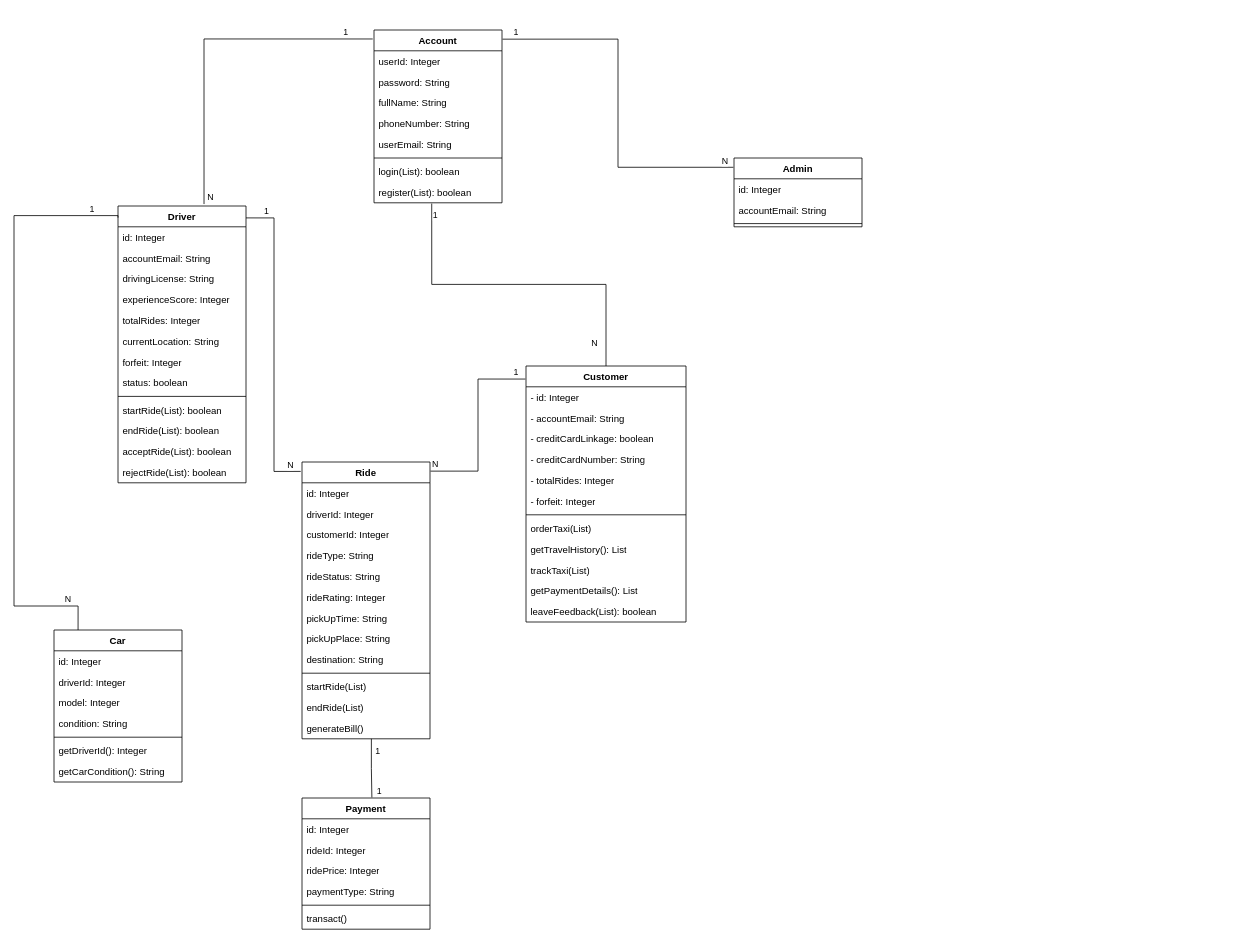
This is ClassDia.drawio from hard-gainer/UML, a draw.io file, before an edit. Source tidied: cells renumbered, new cells numbered last; positions are measured from the earlier drawing's top-left corner, leaving out a move shared by most shapes. Both pictures are drawn from the tidied source at 80%, with x=0, y=0 at pixel (14, 30).
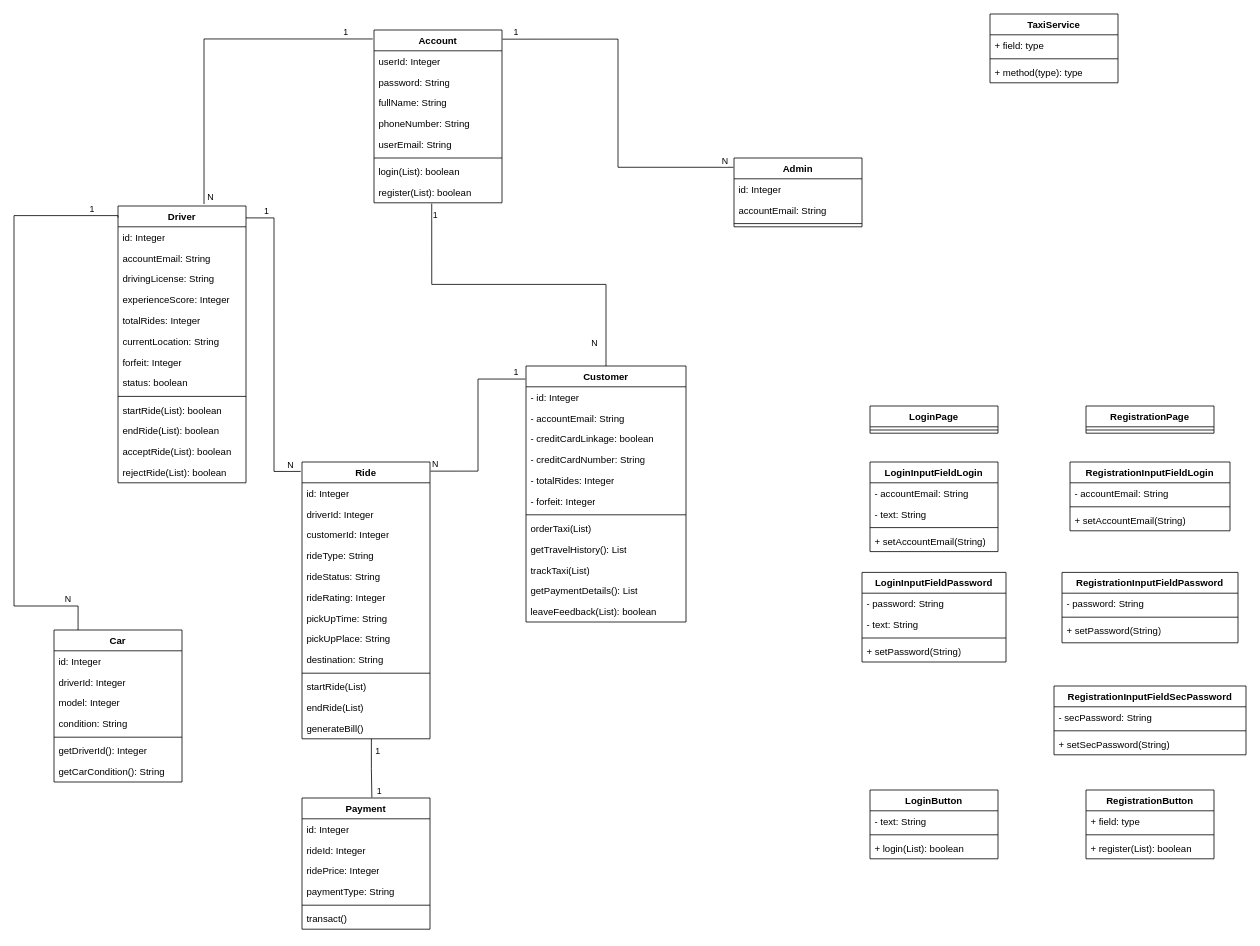
Above is the later version.

The edit, as a diff of the source:
```diff
@@
+    <mxCell id="92" value="TaxiService" style="swimlane;fontStyle=1;align=center;verticalAlign=top;horizontal=1;startSize=26;whiteSpace=wrap;html=1;" parent="1" vertex="1">
+      <mxGeometry x="1220" y="-20" width="160" height="86" as="geometry" />
+    </mxCell>
+    <mxCell id="93" value="+ field: type" style="text;strokeColor=none;fillColor=none;align=left;verticalAlign=top;spacingLeft=4;spacingRight=4;overflow=hidden;whiteSpace=wrap;html=1;" parent="92" vertex="1">
+      <mxGeometry y="26" width="160" height="26" as="geometry" />
+    </mxCell>
+    <mxCell id="94" style="line;strokeWidth=1;fillColor=none;align=left;verticalAlign=middle;spacingTop=-1;spacingLeft=3;spacingRight=3;labelPosition=right;strokeColor=inherit;" parent="92" vertex="1">
+      <mxGeometry y="52" width="160" height="8" as="geometry" />
+    </mxCell>
+    <mxCell id="95" value="+ method(type): type" style="text;strokeColor=none;fillColor=none;align=left;verticalAlign=top;spacingLeft=4;spacingRight=4;overflow=hidden;whiteSpace=wrap;html=1;" parent="92" vertex="1">
+      <mxGeometry y="60" width="160" height="26" as="geometry" />
+    </mxCell>
+    <mxCell id="96" value="RegistrationPage" style="swimlane;fontStyle=1;align=center;verticalAlign=top;horizontal=1;startSize=26;whiteSpace=wrap;html=1;" parent="1" vertex="1">
+      <mxGeometry x="1340" y="470" width="160" height="34" as="geometry" />
+    </mxCell>
+    <mxCell id="97" style="line;strokeWidth=1;fillColor=none;align=left;verticalAlign=middle;spacingTop=-1;spacingLeft=3;spacingRight=3;labelPosition=right;strokeColor=inherit;" parent="96" vertex="1">
+      <mxGeometry y="26" width="160" height="8" as="geometry" />
+    </mxCell>
+    <mxCell id="98" value="LoginPage" style="swimlane;fontStyle=1;align=center;verticalAlign=top;horizontal=1;startSize=26;whiteSpace=wrap;html=1;" parent="1" vertex="1">
+      <mxGeometry x="1070" y="470" width="160" height="34" as="geometry" />
+    </mxCell>
+    <mxCell id="99" style="line;strokeWidth=1;fillColor=none;align=left;verticalAlign=middle;spacingTop=-1;spacingLeft=3;spacingRight=3;labelPosition=right;strokeColor=inherit;" parent="98" vertex="1">
+      <mxGeometry y="26" width="160" height="8" as="geometry" />
+    </mxCell>
+    <mxCell id="100" value="RegistrationButton" style="swimlane;fontStyle=1;align=center;verticalAlign=top;horizontal=1;startSize=26;whiteSpace=wrap;html=1;" parent="1" vertex="1">
+      <mxGeometry x="1340" y="950" width="160" height="86" as="geometry" />
+    </mxCell>
+    <mxCell id="101" value="+ field: type" style="text;strokeColor=none;fillColor=none;align=left;verticalAlign=top;spacingLeft=4;spacingRight=4;overflow=hidden;whiteSpace=wrap;html=1;" parent="100" vertex="1">
+      <mxGeometry y="26" width="160" height="26" as="geometry" />
+    </mxCell>
+    <mxCell id="102" style="line;strokeWidth=1;fillColor=none;align=left;verticalAlign=middle;spacingTop=-1;spacingLeft=3;spacingRight=3;labelPosition=right;strokeColor=inherit;" parent="100" vertex="1">
+      <mxGeometry y="52" width="160" height="8" as="geometry" />
+    </mxCell>
+    <mxCell id="103" value="+ register(List): boolean" style="text;strokeColor=none;fillColor=none;align=left;verticalAlign=top;spacingLeft=4;spacingRight=4;overflow=hidden;whiteSpace=wrap;html=1;" parent="100" vertex="1">
+      <mxGeometry y="60" width="160" height="26" as="geometry" />
+    </mxCell>
+    <mxCell id="104" value="LoginButton" style="swimlane;fontStyle=1;align=center;verticalAlign=top;horizontal=1;startSize=26;whiteSpace=wrap;html=1;" parent="1" vertex="1">
+      <mxGeometry x="1070" y="950" width="160" height="86" as="geometry" />
+    </mxCell>
+    <mxCell id="105" value="- text: String" style="text;strokeColor=none;fillColor=none;align=left;verticalAlign=top;spacingLeft=4;spacingRight=4;overflow=hidden;whiteSpace=wrap;html=1;" parent="104" vertex="1">
+      <mxGeometry y="26" width="160" height="26" as="geometry" />
+    </mxCell>
+    <mxCell id="106" style="line;strokeWidth=1;fillColor=none;align=left;verticalAlign=middle;spacingTop=-1;spacingLeft=3;spacingRight=3;labelPosition=right;strokeColor=inherit;" parent="104" vertex="1">
+      <mxGeometry y="52" width="160" height="8" as="geometry" />
+    </mxCell>
+    <mxCell id="107" value="+ login(List): boolean" style="text;strokeColor=none;fillColor=none;align=left;verticalAlign=top;spacingLeft=4;spacingRight=4;overflow=hidden;whiteSpace=wrap;html=1;" parent="104" vertex="1">
+      <mxGeometry y="60" width="160" height="26" as="geometry" />
+    </mxCell>
+    <mxCell id="108" value="LoginInputFieldLogin" style="swimlane;fontStyle=1;align=center;verticalAlign=top;horizontal=1;startSize=26;whiteSpace=wrap;html=1;" parent="1" vertex="1">
+      <mxGeometry x="1070" y="540" width="160" height="112" as="geometry" />
+    </mxCell>
+    <mxCell id="109" value="- accountEmail: String" style="text;strokeColor=none;fillColor=none;align=left;verticalAlign=top;spacingLeft=4;spacingRight=4;overflow=hidden;whiteSpace=wrap;html=1;" parent="108" vertex="1">
+      <mxGeometry y="26" width="160" height="26" as="geometry" />
+    </mxCell>
+    <mxCell id="110" value="- text: String" style="text;strokeColor=none;fillColor=none;align=left;verticalAlign=top;spacingLeft=4;spacingRight=4;overflow=hidden;whiteSpace=wrap;html=1;" parent="108" vertex="1">
+      <mxGeometry y="52" width="160" height="26" as="geometry" />
+    </mxCell>
+    <mxCell id="111" style="line;strokeWidth=1;fillColor=none;align=left;verticalAlign=middle;spacingTop=-1;spacingLeft=3;spacingRight=3;labelPosition=right;strokeColor=inherit;" parent="108" vertex="1">
+      <mxGeometry y="78" width="160" height="8" as="geometry" />
+    </mxCell>
+    <mxCell id="112" value="+ setAccountEmail(String)" style="text;strokeColor=none;fillColor=none;align=left;verticalAlign=top;spacingLeft=4;spacingRight=4;overflow=hidden;whiteSpace=wrap;html=1;" parent="108" vertex="1">
+      <mxGeometry y="86" width="160" height="26" as="geometry" />
+    </mxCell>
+    <mxCell id="113" value="LoginInputFieldPassword" style="swimlane;fontStyle=1;align=center;verticalAlign=top;horizontal=1;startSize=26;whiteSpace=wrap;html=1;" parent="1" vertex="1">
+      <mxGeometry x="1060" y="678" width="180" height="112" as="geometry" />
+    </mxCell>
+    <mxCell id="114" value="- password: String" style="text;strokeColor=none;fillColor=none;align=left;verticalAlign=top;spacingLeft=4;spacingRight=4;overflow=hidden;whiteSpace=wrap;html=1;" parent="113" vertex="1">
+      <mxGeometry y="26" width="180" height="26" as="geometry" />
+    </mxCell>
+    <mxCell id="115" value="- text: String" style="text;strokeColor=none;fillColor=none;align=left;verticalAlign=top;spacingLeft=4;spacingRight=4;overflow=hidden;whiteSpace=wrap;html=1;" parent="113" vertex="1">
+      <mxGeometry y="52" width="180" height="26" as="geometry" />
+    </mxCell>
+    <mxCell id="116" style="line;strokeWidth=1;fillColor=none;align=left;verticalAlign=middle;spacingTop=-1;spacingLeft=3;spacingRight=3;labelPosition=right;strokeColor=inherit;" parent="113" vertex="1">
+      <mxGeometry y="78" width="180" height="8" as="geometry" />
+    </mxCell>
+    <mxCell id="117" value="+ setPassword(String)" style="text;strokeColor=none;fillColor=none;align=left;verticalAlign=top;spacingLeft=4;spacingRight=4;overflow=hidden;whiteSpace=wrap;html=1;" parent="113" vertex="1">
+      <mxGeometry y="86" width="180" height="26" as="geometry" />
+    </mxCell>
+    <mxCell id="118" value="RegistrationInputFieldLogin" style="swimlane;fontStyle=1;align=center;verticalAlign=top;horizontal=1;startSize=26;whiteSpace=wrap;html=1;" parent="1" vertex="1">
+      <mxGeometry x="1320" y="540" width="200" height="86" as="geometry" />
+    </mxCell>
+    <mxCell id="119" value="- accountEmail: String" style="text;strokeColor=none;fillColor=none;align=left;verticalAlign=top;spacingLeft=4;spacingRight=4;overflow=hidden;whiteSpace=wrap;html=1;" parent="118" vertex="1">
+      <mxGeometry y="26" width="200" height="26" as="geometry" />
+    </mxCell>
+    <mxCell id="120" style="line;strokeWidth=1;fillColor=none;align=left;verticalAlign=middle;spacingTop=-1;spacingLeft=3;spacingRight=3;labelPosition=right;strokeColor=inherit;" parent="118" vertex="1">
+      <mxGeometry y="52" width="200" height="8" as="geometry" />
+    </mxCell>
+    <mxCell id="121" value="+ setAccountEmail(String)" style="text;strokeColor=none;fillColor=none;align=left;verticalAlign=top;spacingLeft=4;spacingRight=4;overflow=hidden;whiteSpace=wrap;html=1;" parent="118" vertex="1">
+      <mxGeometry y="60" width="200" height="26" as="geometry" />
+    </mxCell>
+    <mxCell id="122" value="RegistrationInputFieldPassword" style="swimlane;fontStyle=1;align=center;verticalAlign=top;horizontal=1;startSize=26;whiteSpace=wrap;html=1;" parent="1" vertex="1">
+      <mxGeometry x="1310" y="678" width="220" height="88" as="geometry" />
+    </mxCell>
+    <mxCell id="123" value="- password: String" style="text;strokeColor=none;fillColor=none;align=left;verticalAlign=top;spacingLeft=4;spacingRight=4;overflow=hidden;whiteSpace=wrap;html=1;" parent="122" vertex="1">
+      <mxGeometry y="26" width="220" height="26" as="geometry" />
+    </mxCell>
+    <mxCell id="124" style="line;strokeWidth=1;fillColor=none;align=left;verticalAlign=middle;spacingTop=-1;spacingLeft=3;spacingRight=3;labelPosition=right;strokeColor=inherit;" parent="122" vertex="1">
+      <mxGeometry y="52" width="220" height="8" as="geometry" />
+    </mxCell>
+    <mxCell id="125" value="+ setPassword(String)" style="text;strokeColor=none;fillColor=none;align=left;verticalAlign=top;spacingLeft=4;spacingRight=4;overflow=hidden;whiteSpace=wrap;html=1;" parent="122" vertex="1">
+      <mxGeometry y="60" width="220" height="28" as="geometry" />
+    </mxCell>
+    <mxCell id="126" value="RegistrationInputFieldSecPassword" style="swimlane;fontStyle=1;align=center;verticalAlign=top;horizontal=1;startSize=26;whiteSpace=wrap;html=1;" parent="1" vertex="1">
+      <mxGeometry x="1300" y="820" width="240" height="86" as="geometry" />
+    </mxCell>
+    <mxCell id="127" value="- secPassword: String" style="text;strokeColor=none;fillColor=none;align=left;verticalAlign=top;spacingLeft=4;spacingRight=4;overflow=hidden;whiteSpace=wrap;html=1;" parent="126" vertex="1">
+      <mxGeometry y="26" width="240" height="26" as="geometry" />
+    </mxCell>
+    <mxCell id="128" style="line;strokeWidth=1;fillColor=none;align=left;verticalAlign=middle;spacingTop=-1;spacingLeft=3;spacingRight=3;labelPosition=right;strokeColor=inherit;" parent="126" vertex="1">
+      <mxGeometry y="52" width="240" height="8" as="geometry" />
+    </mxCell>
+    <mxCell id="129" value="+ setSecPassword(String)" style="text;strokeColor=none;fillColor=none;align=left;verticalAlign=top;spacingLeft=4;spacingRight=4;overflow=hidden;whiteSpace=wrap;html=1;" parent="126" vertex="1">
+      <mxGeometry y="60" width="240" height="26" as="geometry" />
+    </mxCell>
```
